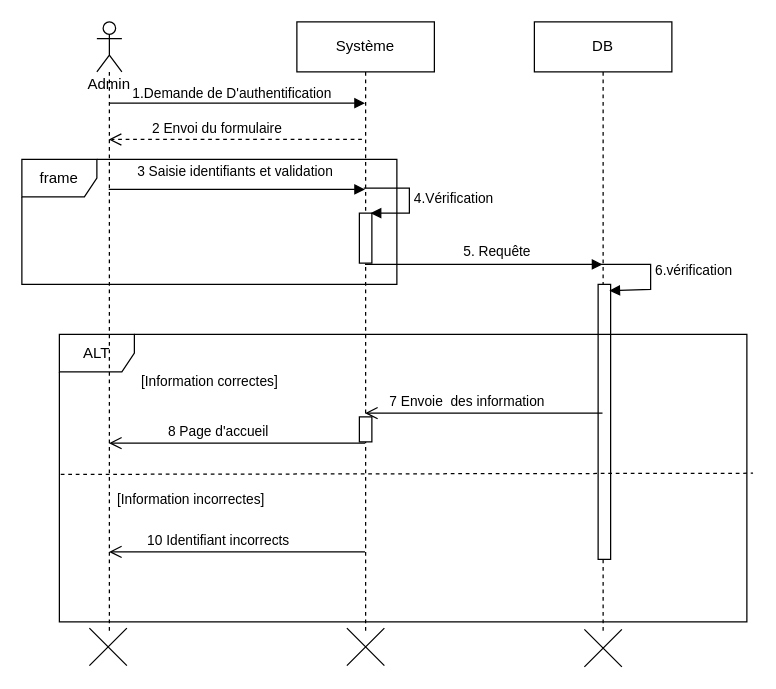
Earlier version of the draw.io diagram page "Authentification" (8 of 17) of Untitled Diagram.drawio (keidy001/virtual-biblio). Source tidied: cells renumbered, new cells numbered last; positions are measured from the earlier drawing's top-left corner, leaving out a move shared by most shapes. Both pictures are drawn from the tidied source at 125%, with x=0, y=0 at pixel (21, 21).
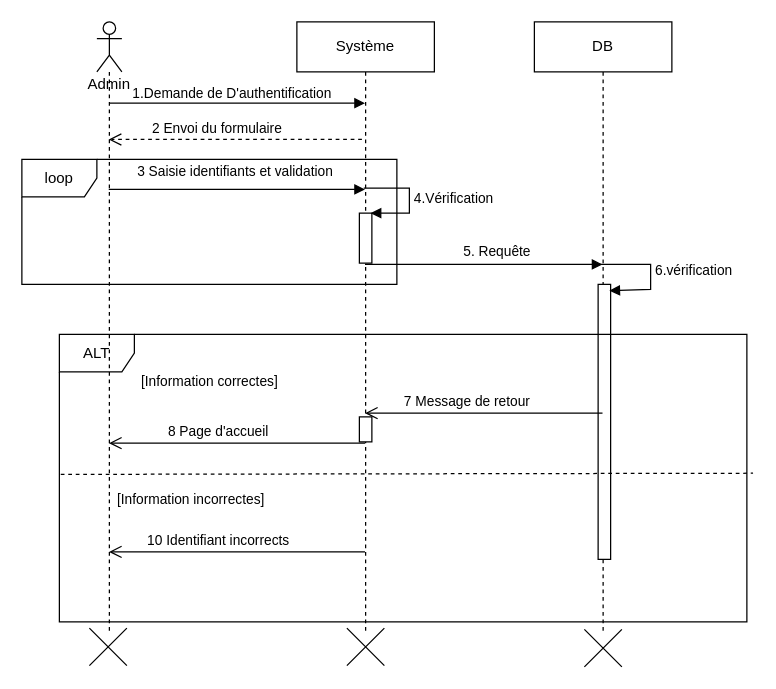
Above is the later version.

The edit, as a diff of the source:
```diff
@@
-    <mxCell id="11" value="7 Envoie&amp;nbsp; des information" style="html=1;verticalAlign=bottom;endArrow=open;endSize=8;rounded=0;" parent="1" edge="1">
+    <mxCell id="11" value="7 Message de retour" style="html=1;verticalAlign=bottom;endArrow=open;endSize=8;rounded=0;" parent="1" edge="1">
       <mxGeometry x="0.15" relative="1" as="geometry">
         <mxPoint x="464.5" y="313" as="sourcePoint" />
         <mxPoint x="274.5" y="313" as="targetPoint" />
       </mxGeometry>
     </mxCell>
@@
-    <mxCell id="27" value="frame" style="shape=umlFrame;whiteSpace=wrap;html=1;" parent="1" vertex="1">
+    <mxCell id="27" value="loop" style="shape=umlFrame;whiteSpace=wrap;html=1;" parent="1" vertex="1">
       <mxGeometry y="110" width="300" height="100" as="geometry" />
     </mxCell>
```
